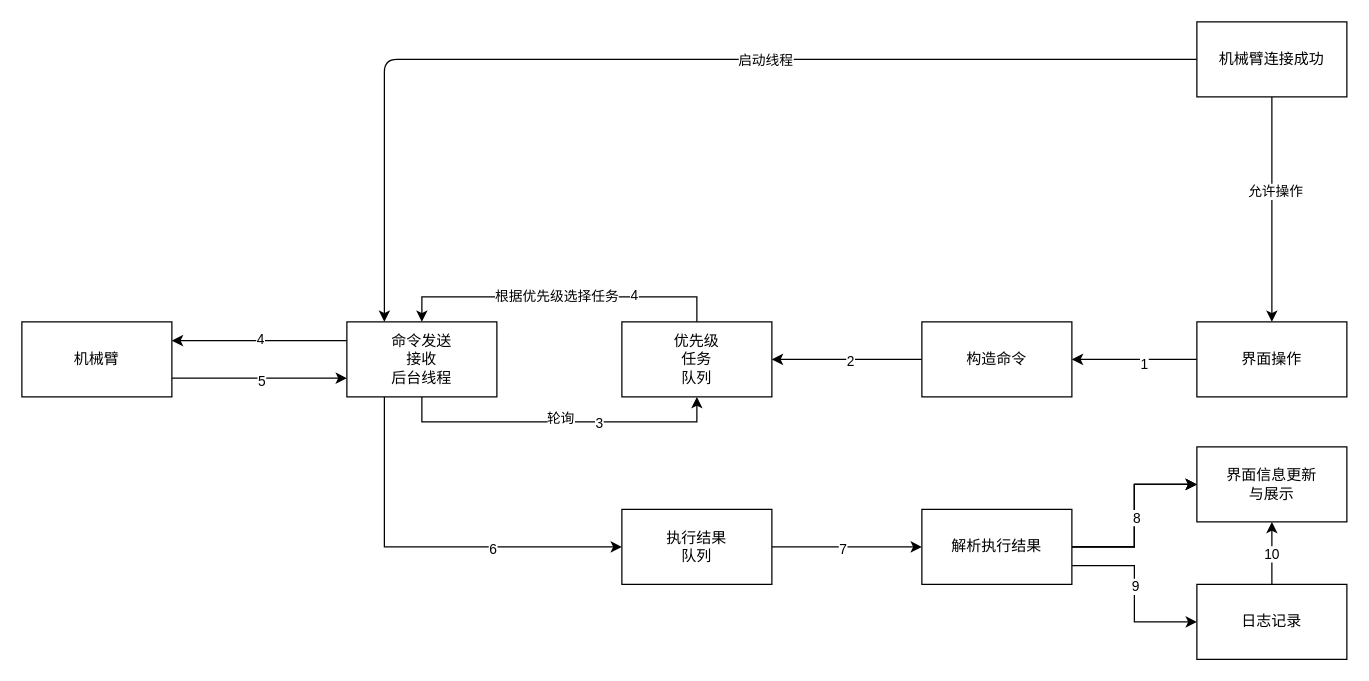
Earlier version of the draw.io diagram page "上位机业务逻辑" (1 of 2) of docs/核心逻辑设计.drawio (CoreJK/blinx_robot_arm_control). Source tidied: cells renumbered, new cells numbered last; positions are measured from the earlier drawing's top-left corner, leaving out a move shared by most shapes. Both pictures are drawn from the tidied source at 125%, with x=0, y=0 at pixel (21, 21).
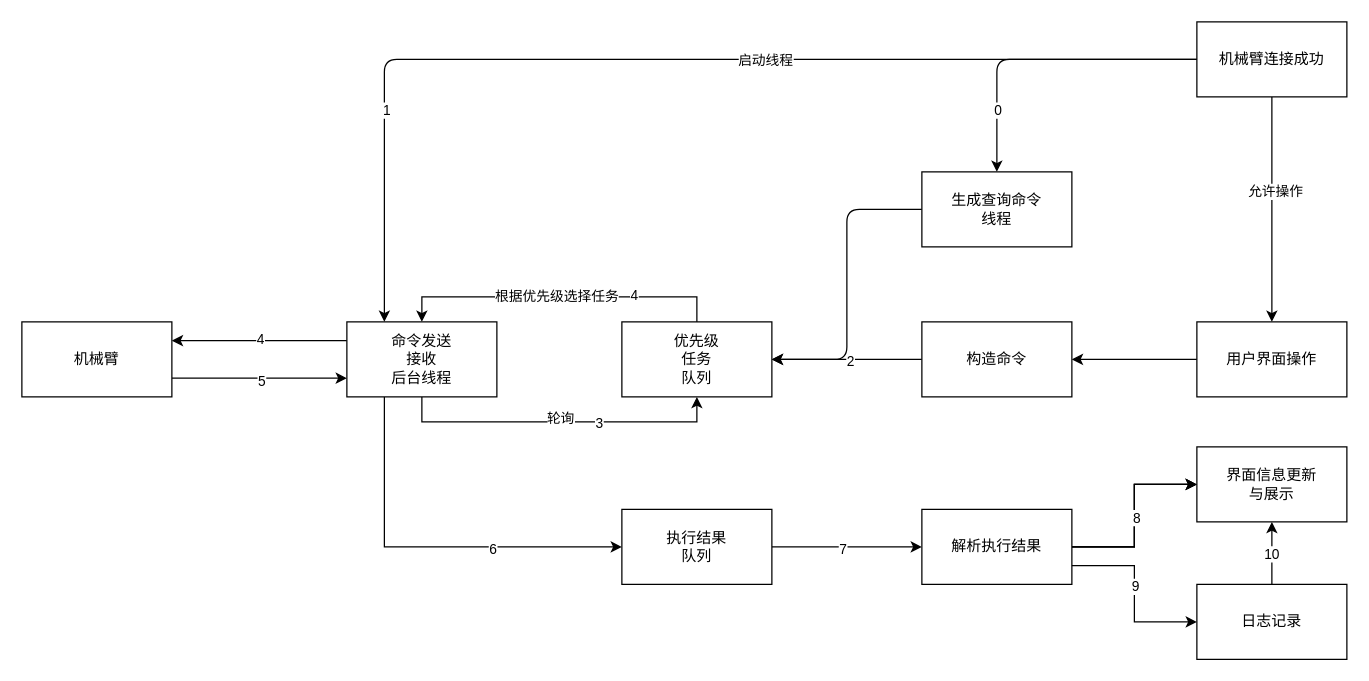
After the change.

Commit message (it also covers changes not shown here):
➕ Add: Update robot configuration and user interface diagram

Unchanged cells that the change refers to:
```xml
<mxCell id="8" value="优先级&lt;br&gt;任务&lt;br&gt;队列" style="rounded=0;whiteSpace=wrap;html=1;" parent="1" vertex="1">
  <mxGeometry x="480" y="240" width="120" height="60" as="geometry" />
</mxCell>
<mxCell id="20" style="edgeStyle=orthogonalEdgeStyle;rounded=0;jettySize=auto;html=1;exitX=0;exitY=0.5;exitDx=0;exitDy=0;entryX=1;entryY=0.5;entryDx=0;entryDy=0;" parent="1" edge="1" source="22" target="25">
  <mxGeometry relative="1" as="geometry" />
</mxCell>
<mxCell id="39" style="edgeStyle=orthogonalEdgeStyle;html=1;exitX=0;exitY=0.5;exitDx=0;exitDy=0;entryX=0.25;entryY=0;entryDx=0;entryDy=0;" parent="1" edge="1" source="41" target="19">
  <mxGeometry relative="1" as="geometry" />
</mxCell>
<mxCell id="41" value="机械臂连接成功" style="rounded=0;whiteSpace=wrap;html=1;" parent="1" vertex="1">
  <mxGeometry x="940" width="120" height="60" as="geometry" />
</mxCell>
```

Change to the diagram source:
```diff
@@
-    <mxCell id="21" value="1" style="edgeLabel;html=1;align=center;verticalAlign=middle;" parent="20" vertex="1">
-      <mxGeometry x="-0.15" y="3" relative="1" as="geometry" />
-    </mxCell>
-    <mxCell id="22" value="界面操作" style="rounded=0;whiteSpace=wrap;html=1;" parent="1" vertex="1">
+    <mxCell id="22" value="用户界面操作" style="rounded=0;whiteSpace=wrap;html=1;" parent="1" vertex="1">
       <mxGeometry x="940" y="240" width="120" height="60" as="geometry" />
     </mxCell>
@@
+    <mxCell id="21" value="1" style="edgeLabel;html=1;align=center;verticalAlign=middle;" parent="39" vertex="1">
+      <mxGeometry x="0.62" y="1" relative="1" as="geometry">
+        <mxPoint y="-7" as="offset" />
+      </mxGeometry>
+    </mxCell>
+    <mxCell id="42" style="edgeStyle=orthogonalEdgeStyle;html=1;exitX=0;exitY=0.5;exitDx=0;exitDy=0;entryX=0.5;entryY=0;entryDx=0;entryDy=0;" parent="1" edge="1" source="41" target="45">
+      <mxGeometry relative="1" as="geometry" />
+    </mxCell>
+    <mxCell id="43" value="0" style="edgeLabel;html=1;align=center;verticalAlign=middle;" parent="42" vertex="1">
+      <mxGeometry x="0.49" relative="1" as="geometry">
+        <mxPoint y="14" as="offset" />
+      </mxGeometry>
+    </mxCell>
@@
+    <mxCell id="44" style="edgeStyle=orthogonalEdgeStyle;html=1;exitX=0;exitY=0.5;exitDx=0;exitDy=0;entryX=1;entryY=0.5;entryDx=0;entryDy=0;" parent="1" edge="1" source="45" target="8">
+      <mxGeometry relative="1" as="geometry" />
+    </mxCell>
+    <mxCell id="45" value="生成查询命令&lt;br&gt;线程" style="rounded=0;whiteSpace=wrap;html=1;" parent="1" vertex="1">
+      <mxGeometry x="720" y="120" width="120" height="60" as="geometry" />
+    </mxCell>
```
